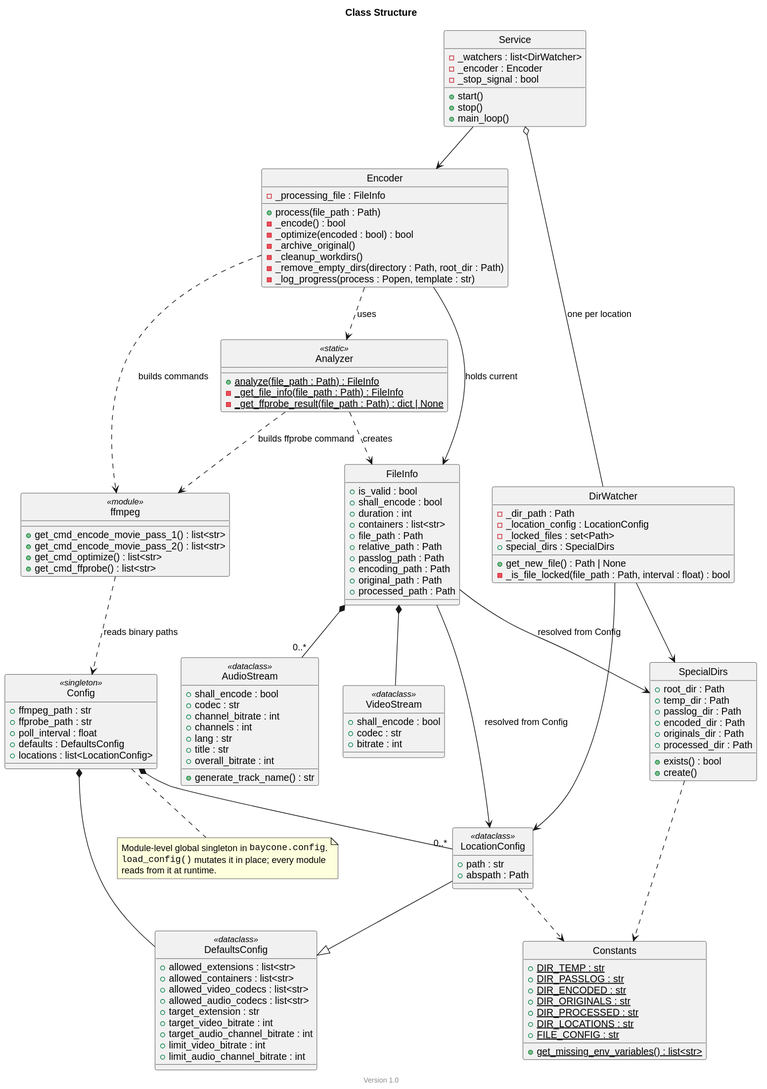
Before: docs/class_structure.svg, a diagram exported from PlantUML (theobaldik/baycone). Its source is kept beside it as docs/class_structure.puml. Its diagram source:
```plantuml
@startuml class_structure

title Class Structure
footer Version 1.0

skinparam style strictuml
hide circle


class Service {
    - _watchers : list<DirWatcher>
    - _encoder : Encoder
    - _stop_signal : bool
    + start()
    + stop()
    + main_loop()
}

class DirWatcher {
    - _dir_path : Path
    - _location_config : LocationConfig
    - _locked_files : set<Path>
    + special_dirs : SpecialDirs
    + get_new_file() : Path | None
    - _is_file_locked(file_path : Path, interval : float) : bool
}

class Analyzer <<static>> {
    + {static} analyze(file_path : Path) : FileInfo
    - {static} _get_file_info(file_path : Path) : FileInfo
    - {static} _get_ffprobe_result(file_path : Path) : dict | None
}

class Encoder {
    - _processing_file : FileInfo
    + process(file_path : Path)
    - _encode() : bool
    - _optimize(encoded : bool) : bool
    - _archive_original()
    - _cleanup_workdirs()
    - _remove_empty_dirs(directory : Path, root_dir : Path)
    - _log_progress(process : Popen, template : str)
}

class FileInfo {
    + is_valid : bool
    + shall_encode : bool
    + duration : int
    + containers : list<str>
    + file_path : Path
    + relative_path : Path
    + passlog_path : Path
    + encoding_path : Path
    + original_path : Path
    + processed_path : Path
}

class VideoStream <<dataclass>> {
    + shall_encode : bool
    + codec : str
    + bitrate : int
}

class AudioStream <<dataclass>> {
    + shall_encode : bool
    + codec : str
    + channel_bitrate : int
    + channels : int
    + lang : str
    + title : str
    + overall_bitrate : int
    + generate_track_name() : str
}

class ffmpeg <<module>> {
    + get_cmd_encode_movie_pass_1() : list<str>
    + get_cmd_encode_movie_pass_2() : list<str>
    + get_cmd_optimize() : list<str>
    + get_cmd_ffprobe() : list<str>
}

class Config <<singleton>> {
    + ffmpeg_path : str
    + ffprobe_path : str
    + poll_interval : float
    + defaults : DefaultsConfig
    + locations : list<LocationConfig>
}

class DefaultsConfig <<dataclass>> {
    + allowed_extensions : list<str>
    + allowed_containers : list<str>
    + allowed_video_codecs : list<str>
    + allowed_audio_codecs : list<str>
    + target_extension : str
    + target_video_bitrate : int
    + target_audio_channel_bitrate : int
    + limit_video_bitrate : int
    + limit_audio_channel_bitrate : int
}

class LocationConfig <<dataclass>> {
    + path : str
    + abspath : Path
}

class SpecialDirs {
    + root_dir : Path
    + temp_dir : Path
    + passlog_dir : Path
    + encoded_dir : Path
    + originals_dir : Path
    + processed_dir : Path
    + exists() : bool
    + create()
}

class Constants {
    + {static} DIR_TEMP : str
    + {static} DIR_PASSLOG : str
    + {static} DIR_ENCODED : str
    + {static} DIR_ORIGINALS : str
    + {static} DIR_PROCESSED : str
    + {static} DIR_LOCATIONS : str
    + {static} FILE_CONFIG : str
    + {static} get_missing_env_variables() : list<str>
}


Service o-- DirWatcher : one per location
Service --> Encoder

Encoder ..> Analyzer : uses
Encoder --> FileInfo : holds current
Encoder ..> ffmpeg : builds commands

Analyzer ..> ffmpeg : builds ffprobe command
Analyzer ..> FileInfo : creates

FileInfo *-- VideoStream
FileInfo *-- "0..*" AudioStream
FileInfo --> LocationConfig : resolved from Config
FileInfo --> SpecialDirs : resolved from Config

DirWatcher --> LocationConfig
DirWatcher --> SpecialDirs

LocationConfig --|> DefaultsConfig
Config *-- DefaultsConfig
Config *-- "0..*" LocationConfig

SpecialDirs ..> Constants
LocationConfig ..> Constants
ffmpeg ..> Config : reads binary paths

note bottom of Config
    Module-level global singleton in ""baycone.config"".
    ""load_config()"" mutates it in place; every module
    reads from it at runtime.
end note

@enduml
```
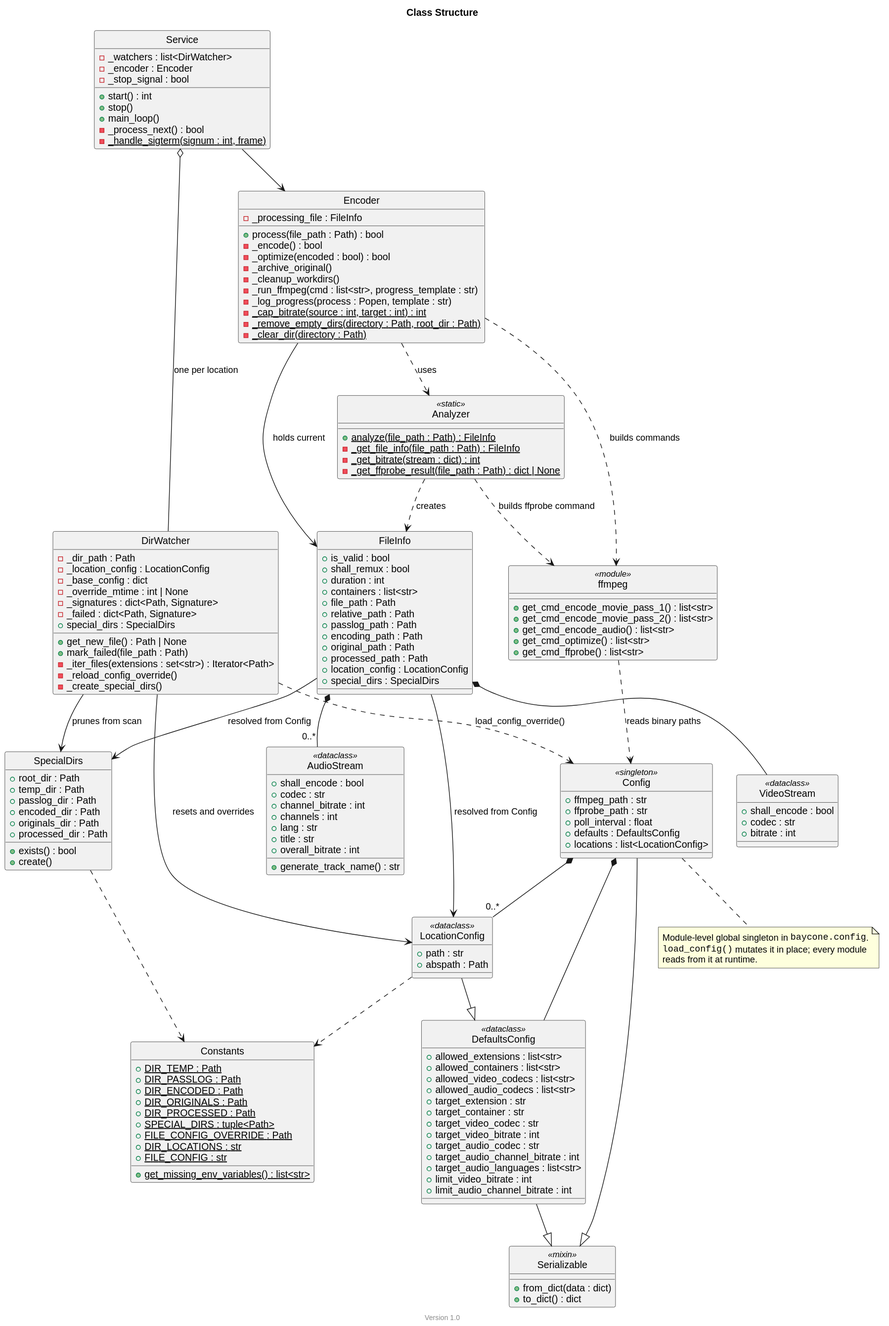
After the change.

Diff of the diagram source:
```diff
@@ -11,40 +11,52 @@
     - _watchers : list<DirWatcher>
     - _encoder : Encoder
     - _stop_signal : bool
-    + start()
+    + start() : int
     + stop()
     + main_loop()
+    - _process_next() : bool
+    - {static} _handle_sigterm(signum : int, frame)
 }
 
 class DirWatcher {
     - _dir_path : Path
     - _location_config : LocationConfig
-    - _locked_files : set<Path>
+    - _base_config : dict
+    - _override_mtime : int | None
+    - _signatures : dict<Path, Signature>
+    - _failed : dict<Path, Signature>
     + special_dirs : SpecialDirs
     + get_new_file() : Path | None
-    - _is_file_locked(file_path : Path, interval : float) : bool
+    + mark_failed(file_path : Path)
+    - _iter_files(extensions : set<str>) : Iterator<Path>
+    - _reload_config_override()
+    - _create_special_dirs()
 }
 
 class Analyzer <<static>> {
     + {static} analyze(file_path : Path) : FileInfo
     - {static} _get_file_info(file_path : Path) : FileInfo
+    - {static} _get_bitrate(stream : dict) : int
     - {static} _get_ffprobe_result(file_path : Path) : dict | None
 }
 
 class Encoder {
     - _processing_file : FileInfo
-    + process(file_path : Path)
+    + process(file_path : Path) : bool
     - _encode() : bool
     - _optimize(encoded : bool) : bool
     - _archive_original()
     - _cleanup_workdirs()
-    - _remove_empty_dirs(directory : Path, root_dir : Path)
+    - _run_ffmpeg(cmd : list<str>, progress_template : str)
     - _log_progress(process : Popen, template : str)
+    - {static} _cap_bitrate(source : int, target : int) : int
+    - {static} _remove_empty_dirs(directory : Path, root_dir : Path)
+    - {static} _clear_dir(directory : Path)
 }
 
 class FileInfo {
     + is_valid : bool
-    + shall_encode : bool
+    + shall_remux : bool
     + duration : int
     + containers : list<str>
     + file_path : Path
@@ -53,6 +65,8 @@
     + encoding_path : Path
     + original_path : Path
     + processed_path : Path
+    + location_config : LocationConfig
+    + special_dirs : SpecialDirs
 }
 
 class VideoStream <<dataclass>> {
@@ -75,8 +89,14 @@
 class ffmpeg <<module>> {
     + get_cmd_encode_movie_pass_1() : list<str>
     + get_cmd_encode_movie_pass_2() : list<str>
+    + get_cmd_encode_audio() : list<str>
     + get_cmd_optimize() : list<str>
     + get_cmd_ffprobe() : list<str>
+}
+
+class Serializable <<mixin>> {
+    + from_dict(data : dict)
+    + to_dict() : dict
 }
 
 class Config <<singleton>> {
@@ -93,8 +113,12 @@
     + allowed_video_codecs : list<str>
     + allowed_audio_codecs : list<str>
     + target_extension : str
+    + target_container : str
+    + target_video_codec : str
     + target_video_bitrate : int
+    + target_audio_codec : str
     + target_audio_channel_bitrate : int
+    + target_audio_languages : list<str>
     + limit_video_bitrate : int
     + limit_audio_channel_bitrate : int
 }
@@ -116,11 +140,13 @@
 }
 
 class Constants {
-    + {static} DIR_TEMP : str
-    + {static} DIR_PASSLOG : str
-    + {static} DIR_ENCODED : str
-    + {static} DIR_ORIGINALS : str
-    + {static} DIR_PROCESSED : str
+    + {static} DIR_TEMP : Path
+    + {static} DIR_PASSLOG : Path
+    + {static} DIR_ENCODED : Path
+    + {static} DIR_ORIGINALS : Path
+    + {static} DIR_PROCESSED : Path
+    + {static} SPECIAL_DIRS : tuple<Path>
+    + {static} FILE_CONFIG_OVERRIDE : Path
     + {static} DIR_LOCATIONS : str
     + {static} FILE_CONFIG : str
     + {static} get_missing_env_variables() : list<str>
@@ -142,10 +168,13 @@
 FileInfo --> LocationConfig : resolved from Config
 FileInfo --> SpecialDirs : resolved from Config
 
-DirWatcher --> LocationConfig
-DirWatcher --> SpecialDirs
+DirWatcher --> LocationConfig : resets and overrides
+DirWatcher --> SpecialDirs : prunes from scan
+DirWatcher ..> Config : load_config_override()
 
 LocationConfig --|> DefaultsConfig
+Config --|> Serializable
+DefaultsConfig --|> Serializable
 Config *-- DefaultsConfig
 Config *-- "0..*" LocationConfig
 
```
